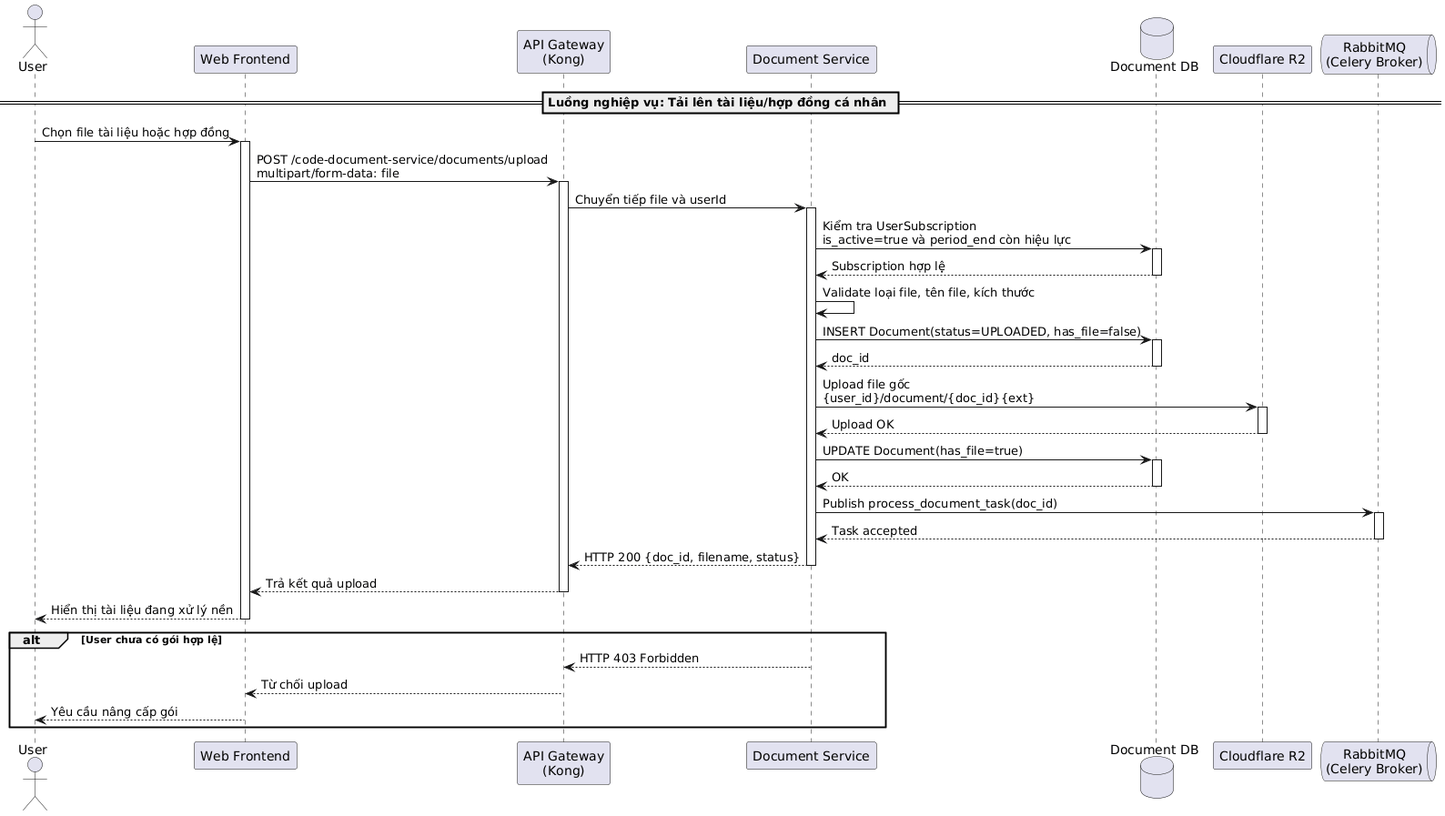
20206205Tech/docs-uml keeps this PlantUML diagram as temp/05-sequence/UML-Sequence-38.png. Above is the earlier version. Source of this version:
```plantuml
@startuml
actor "User" as User
participant "Web Frontend" as Frontend
participant "API Gateway\n(Kong)" as Kong
participant "Document Service" as DocumentService
database "Document DB" as DocumentDB
participant "Cloudflare R2" as R2
queue "RabbitMQ\n(Celery Broker)" as RabbitMQ

== Luồng nghiệp vụ: Tải lên tài liệu/hợp đồng cá nhân ==

User -> Frontend: Chọn file tài liệu hoặc hợp đồng
activate Frontend

Frontend -> Kong: POST /code-document-service/documents/upload\nmultipart/form-data: file
activate Kong
Kong -> DocumentService: Chuyển tiếp file và userId
activate DocumentService

DocumentService -> DocumentDB: Kiểm tra UserSubscription\nis_active=true và period_end còn hiệu lực
activate DocumentDB
DocumentDB --> DocumentService: Subscription hợp lệ
deactivate DocumentDB

DocumentService -> DocumentService: Validate loại file, tên file, kích thước
DocumentService -> DocumentDB: INSERT Document(status=UPLOADED, has_file=false)
activate DocumentDB
DocumentDB --> DocumentService: doc_id
deactivate DocumentDB

DocumentService -> R2: Upload file gốc\n{user_id}/document/{doc_id}{ext}
activate R2
R2 --> DocumentService: Upload OK
deactivate R2

DocumentService -> DocumentDB: UPDATE Document(has_file=true)
activate DocumentDB
DocumentDB --> DocumentService: OK
deactivate DocumentDB

DocumentService -> RabbitMQ: Publish process_document_task(doc_id)
activate RabbitMQ
RabbitMQ --> DocumentService: Task accepted
deactivate RabbitMQ

DocumentService --> Kong: HTTP 200 {doc_id, filename, status}
deactivate DocumentService
Kong --> Frontend: Trả kết quả upload
deactivate Kong
Frontend --> User: Hiển thị tài liệu đang xử lý nền
deactivate Frontend

alt User chưa có gói hợp lệ
    DocumentService --> Kong: HTTP 403 Forbidden
    Kong --> Frontend: Từ chối upload
    Frontend --> User: Yêu cầu nâng cấp gói
end
@enduml
```
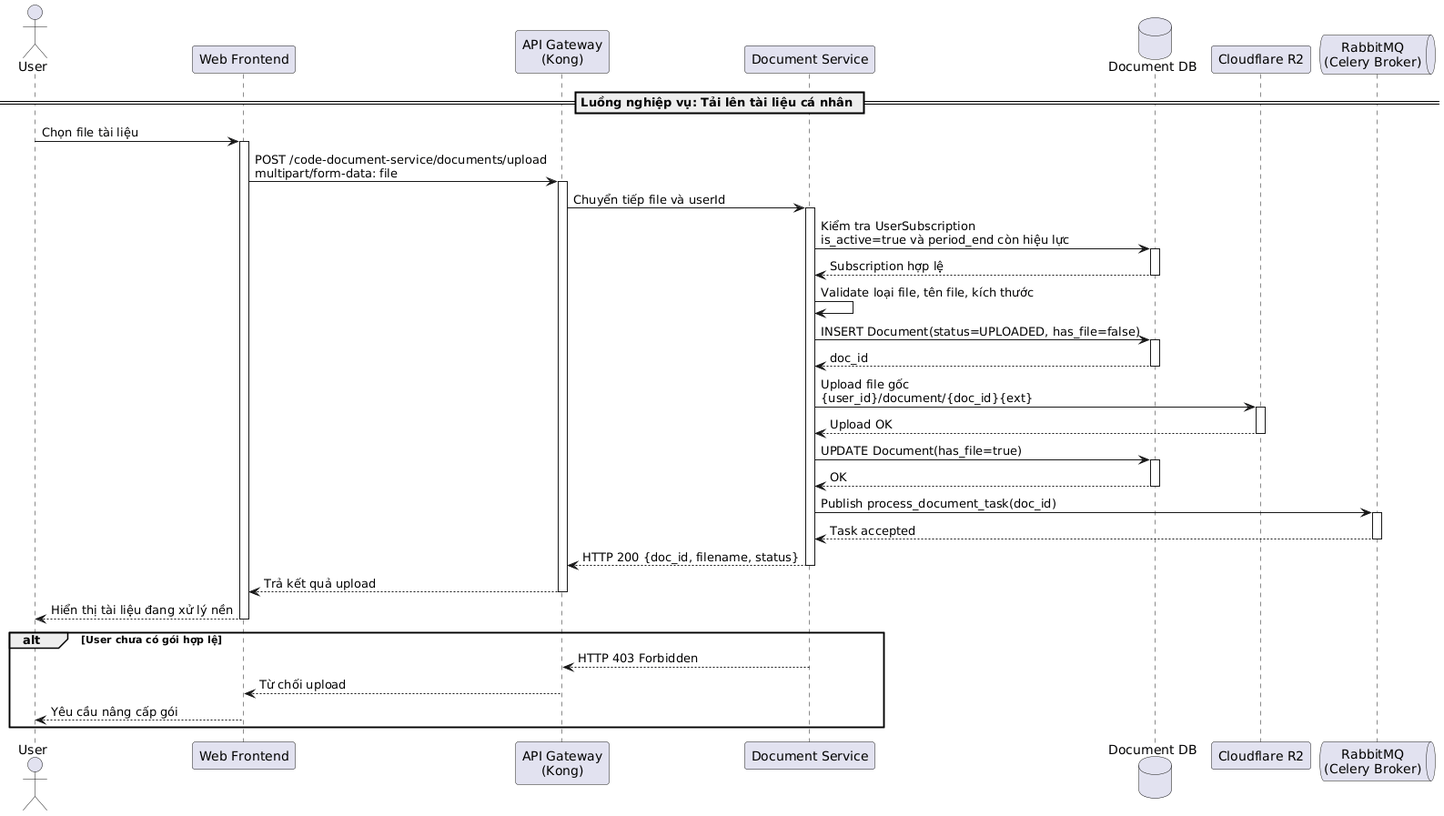
After the change.

Change to the diagram source:
```diff
@@ -7,9 +7,9 @@
 participant "Cloudflare R2" as R2
 queue "RabbitMQ\n(Celery Broker)" as RabbitMQ
 
-== Luồng nghiệp vụ: Tải lên tài liệu/hợp đồng cá nhân ==
+== Luồng nghiệp vụ: Tải lên tài liệu cá nhân ==
 
-User -> Frontend: Chọn file tài liệu hoặc hợp đồng
+User -> Frontend: Chọn file tài liệu
 activate Frontend
 
 Frontend -> Kong: POST /code-document-service/documents/upload\nmultipart/form-data: file
```
